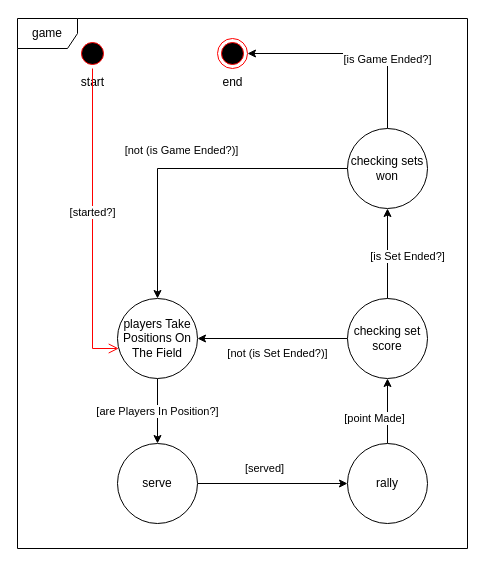
mikymaione/Folie keeps this draw.io diagram as Project/Documentation/Diagrams/game.drawio. Above is the earlier version. Source tidied: cells renumbered, new cells numbered last; positions are measured from the earlier drawing's top-left corner, leaving out a move shared by most shapes. Both pictures are drawn from the tidied source at 100%, with x=0, y=0 at pixel (17, 18).
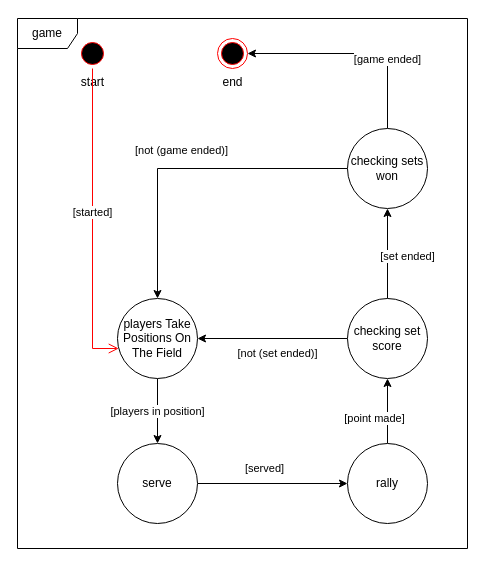
The same page after the edit.

Change to the diagram source:
```diff
@@
 <mxGraphModel>
   <root>
     <mxCell id="0" />
     <mxCell id="1" parent="0" />
     <mxCell id="2" value="game" style="shape=umlFrame;whiteSpace=wrap;html=1;" parent="1" vertex="1">
       <mxGeometry width="450" height="530" as="geometry" />
     </mxCell>
     <mxCell id="3" value="[served]" style="edgeStyle=orthogonalEdgeStyle;rounded=0;jettySize=auto;html=1;strokeColor=#000000;" parent="1" edge="1" source="17" target="7">
       <mxGeometry x="-0.11" y="15" relative="1" as="geometry" />
     </mxCell>
-    <mxCell id="4" value="[are Players In Position?]" style="edgeStyle=orthogonalEdgeStyle;rounded=0;jettySize=auto;html=1;exitX=0.5;exitY=1;exitDx=0;exitDy=0;entryX=0.5;entryY=0;entryDx=0;entryDy=0;strokeColor=#000000;" parent="1" edge="1" source="5" target="17">
+    <mxCell id="4" value="[players in position]" style="edgeStyle=orthogonalEdgeStyle;rounded=0;jettySize=auto;html=1;exitX=0.5;exitY=1;exitDx=0;exitDy=0;entryX=0.5;entryY=0;entryDx=0;entryDy=0;strokeColor=#000000;" parent="1" edge="1" source="5" target="17">
       <mxGeometry relative="1" as="geometry" />
     </mxCell>
     <mxCell id="5" value="players Take Positions On The Field" style="ellipse;whiteSpace=wrap;html=1;" parent="1" vertex="1">
       <mxGeometry x="100" y="280" width="80" height="80" as="geometry" />
     </mxCell>
-    <mxCell id="6" value="[point Made]" style="edgeStyle=orthogonalEdgeStyle;rounded=0;jettySize=auto;html=1;strokeColor=#000000;" parent="1" edge="1" source="7" target="13">
+    <mxCell id="6" value="[point made]" style="edgeStyle=orthogonalEdgeStyle;rounded=0;jettySize=auto;html=1;strokeColor=#000000;" parent="1" edge="1" source="7" target="13">
       <mxGeometry x="-0.22" y="13" relative="1" as="geometry" />
     </mxCell>
     <mxCell id="7" value="rally" style="ellipse;whiteSpace=wrap;html=1;" parent="1" vertex="1">
       <mxGeometry x="330" y="425" width="80" height="80" as="geometry" />
     </mxCell>
-    <mxCell id="8" value="[is Game Ended?]" style="edgeStyle=orthogonalEdgeStyle;rounded=0;jettySize=auto;html=1;exitX=0.5;exitY=0;exitDx=0;exitDy=0;strokeColor=#000000;entryX=1;entryY=0.5;entryDx=0;entryDy=0;" parent="1" edge="1" source="10" target="14">
+    <mxCell id="8" value="[game ended]" style="edgeStyle=orthogonalEdgeStyle;rounded=0;jettySize=auto;html=1;exitX=0.5;exitY=0;exitDx=0;exitDy=0;strokeColor=#000000;entryX=1;entryY=0.5;entryDx=0;entryDy=0;" parent="1" edge="1" source="10" target="14">
       <mxGeometry x="-0.36" relative="1" as="geometry" />
     </mxCell>
-    <mxCell id="9" value="[not (is Game Ended?)]" style="edgeStyle=orthogonalEdgeStyle;rounded=0;jettySize=auto;html=1;strokeColor=#000000;" parent="1" edge="1" source="10" target="5">
+    <mxCell id="9" value="[not (game ended)]" style="edgeStyle=orthogonalEdgeStyle;rounded=0;jettySize=auto;html=1;strokeColor=#000000;" parent="1" edge="1" source="10" target="5">
       <mxGeometry x="0.04" y="-18" relative="1" as="geometry" />
     </mxCell>
     <mxCell id="10" value="checking sets won" style="ellipse;whiteSpace=wrap;html=1;" parent="1" vertex="1">
       <mxGeometry x="330" y="110" width="80" height="80" as="geometry" />
     </mxCell>
-    <mxCell id="11" value="[is Set Ended?]" style="edgeStyle=orthogonalEdgeStyle;rounded=0;jettySize=auto;html=1;exitX=0.5;exitY=0;exitDx=0;exitDy=0;strokeColor=#000000;" parent="1" edge="1" source="13" target="10">
+    <mxCell id="11" value="[set ended]" style="edgeStyle=orthogonalEdgeStyle;rounded=0;jettySize=auto;html=1;exitX=0.5;exitY=0;exitDx=0;exitDy=0;strokeColor=#000000;" parent="1" edge="1" source="13" target="10">
       <mxGeometry x="-0.06" y="-20" relative="1" as="geometry" />
     </mxCell>
-    <mxCell id="12" value="[not (is Set Ended?)]" style="edgeStyle=orthogonalEdgeStyle;rounded=0;jettySize=auto;html=1;exitX=0;exitY=0.5;exitDx=0;exitDy=0;entryX=1;entryY=0.5;entryDx=0;entryDy=0;strokeColor=#000000;" parent="1" edge="1" source="13" target="5">
+    <mxCell id="12" value="[not (set ended)]" style="edgeStyle=orthogonalEdgeStyle;rounded=0;jettySize=auto;html=1;exitX=0;exitY=0.5;exitDx=0;exitDy=0;entryX=1;entryY=0.5;entryDx=0;entryDy=0;strokeColor=#000000;" parent="1" edge="1" source="13" target="5">
       <mxGeometry x="-0.07" y="15" relative="1" as="geometry" />
     </mxCell>
     <mxCell id="13" value="checking set score" style="ellipse;whiteSpace=wrap;html=1;" parent="1" vertex="1">
       <mxGeometry x="330" y="280" width="80" height="80" as="geometry" />
     </mxCell>
     <mxCell id="14" value="&lt;br&gt;&lt;br&gt;&lt;br&gt;&lt;br&gt;end" style="ellipse;html=1;shape=endState;fillColor=#000000;strokeColor=#ff0000;" parent="1" vertex="1">
       <mxGeometry x="200" y="20" width="30" height="30" as="geometry" />
     </mxCell>
     <mxCell id="15" value="&lt;br&gt;&lt;br&gt;&lt;br&gt;&lt;br&gt;start" style="ellipse;html=1;shape=startState;fillColor=#000000;strokeColor=#ff0000;" parent="1" vertex="1">
       <mxGeometry x="60" y="20" width="30" height="30" as="geometry" />
     </mxCell>
-    <mxCell id="16" value="[started?]" style="edgeStyle=orthogonalEdgeStyle;html=1;verticalAlign=bottom;endArrow=open;endSize=8;strokeColor=#ff0000;rounded=0;" parent="1" edge="1" source="15" target="5">
+    <mxCell id="16" value="[started]" style="edgeStyle=orthogonalEdgeStyle;html=1;verticalAlign=bottom;endArrow=open;endSize=8;strokeColor=#ff0000;rounded=0;" parent="1" edge="1" source="15" target="5">
       <mxGeometry relative="1" as="geometry">
         <Array as="points">
           <mxPoint x="75" y="330" />
         </Array>
       </mxGeometry>
     </mxCell>
     <mxCell id="17" value="serve" style="ellipse;whiteSpace=wrap;html=1;" parent="1" vertex="1">
       <mxGeometry x="100" y="425" width="80" height="80" as="geometry" />
     </mxCell>
   </root>
 </mxGraphModel>
```
